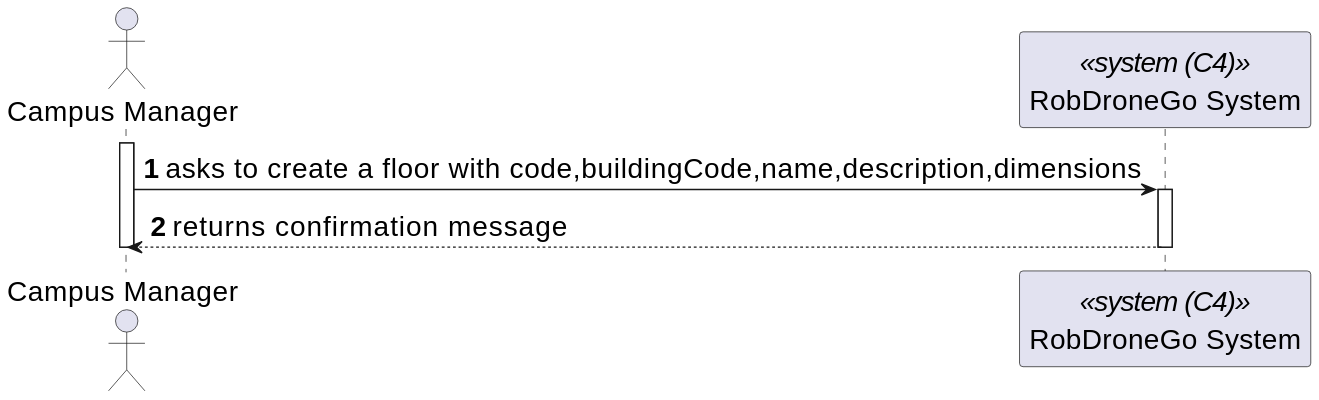
The PlantUML diagram _wiki/sprint-a/us05-190/views/level-1/assets/process-view.svg in miseEnPlace-dev/lapr5, before a commit.
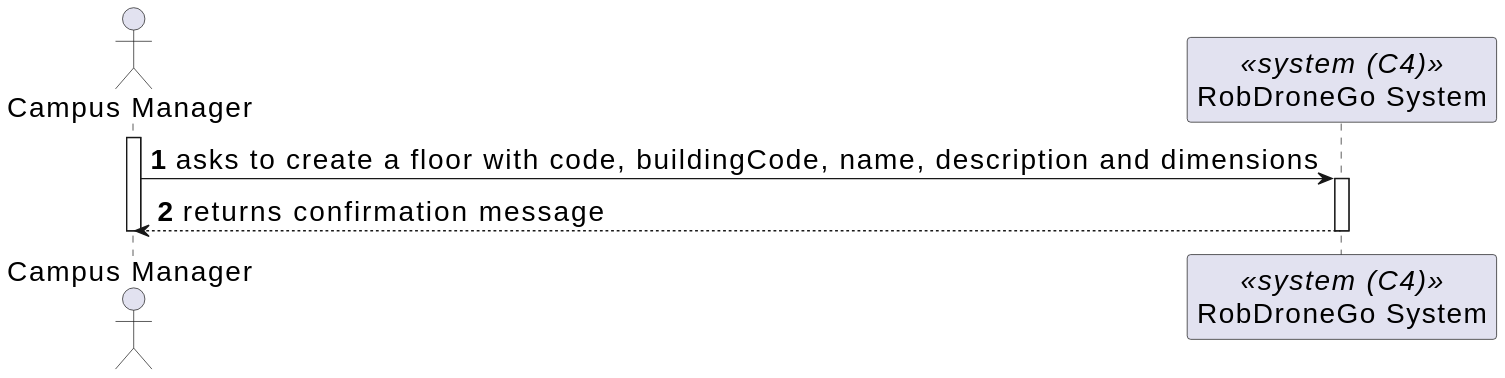
Above is the later version.

The edit, as a diff of the source:
```diff
@@ -7,7 +7,7 @@
 
 activate CM
 
-CM -> SYS : asks to create a floor with code,buildingCode,name,description,dimensions
+CM -> SYS : asks to create a floor with code, buildingCode, name, description and dimensions
 activate SYS
 
 CM <-- SYS : returns confirmation message
```
